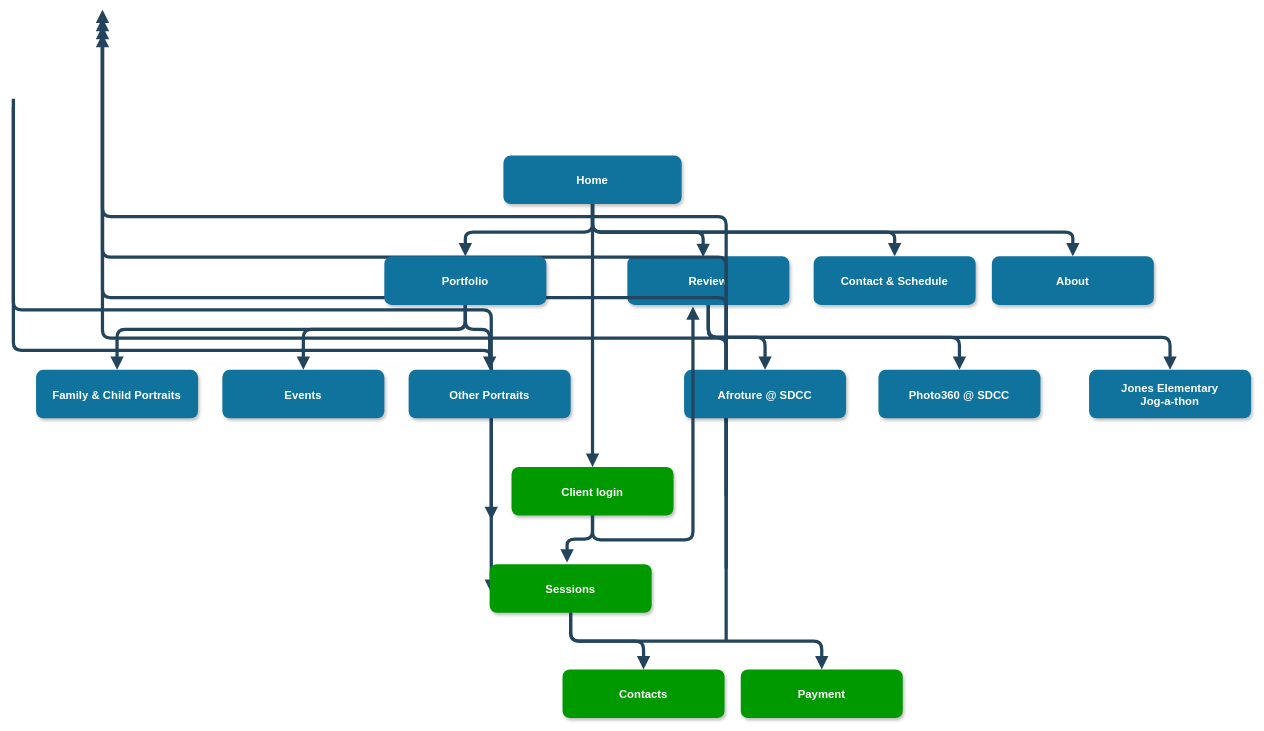
stellarjaydoc/architecture keeps this draw.io diagram as snphoto-sitemap.drawio. Above is the earlier version. Source tidied: cells renumbered, new cells numbered last; positions are measured from the earlier drawing's top-left corner, leaving out a move shared by most shapes. Both pictures are drawn from the tidied source at 81%, with x=0, y=0 at pixel (13, 10).
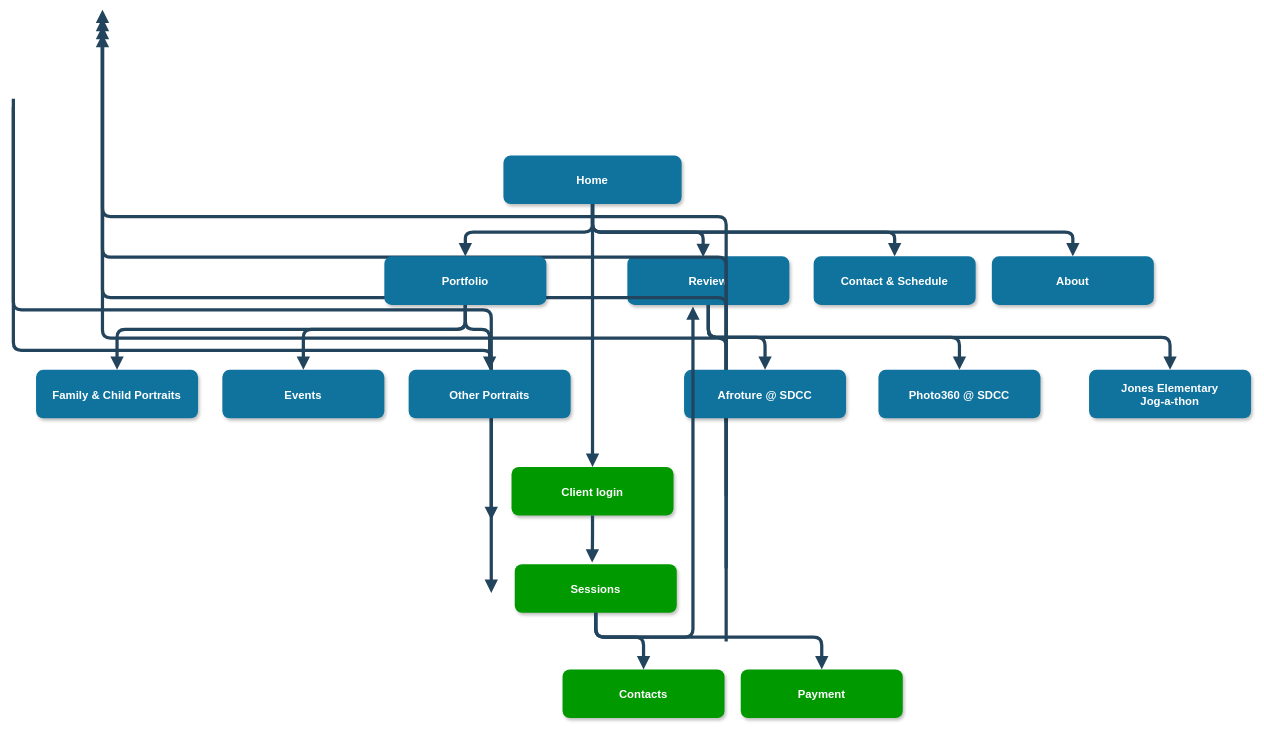
The same page after the edit.

Unchanged cells that the change refers to:
```xml
<mxCell id="5" value="Review" style="rounded=1;fillColor=#10739E;strokeColor=none;shadow=1;gradientColor=none;fontStyle=1;fontColor=#FFFFFF;fontSize=14;" parent="1" vertex="1">
  <mxGeometry x="758" y="304" width="200" height="60" as="geometry" />
</mxCell>
<mxCell id="29" value="Client login" style="rounded=1;fillColor=#009900;strokeColor=none;shadow=1;gradientColor=none;fontStyle=1;fontColor=#FFFFFF;fontSize=14;" parent="1" vertex="1">
  <mxGeometry x="615" y="564" width="200" height="60" as="geometry" />
</mxCell>
<mxCell id="31" value="Contacts" style="rounded=1;fillColor=#009900;strokeColor=none;shadow=1;gradientColor=none;fontStyle=1;fontColor=#FFFFFF;fontSize=14;" parent="1" vertex="1">
  <mxGeometry x="678" y="814" width="200" height="60" as="geometry" />
</mxCell>
<mxCell id="32" value="Payment" style="rounded=1;fillColor=#009900;strokeColor=none;shadow=1;gradientColor=none;fontStyle=1;fontColor=#FFFFFF;fontSize=14;" parent="1" vertex="1">
  <mxGeometry x="898" y="814" width="200" height="60" as="geometry" />
</mxCell>
```

Change to the diagram source:
```diff
@@
     <mxCell id="30" value="Sessions" style="rounded=1;fillColor=#009900;strokeColor=none;shadow=1;gradientColor=none;fontStyle=1;fontColor=#FFFFFF;fontSize=14;" parent="1" vertex="1">
-      <mxGeometry x="588" y="684" width="200" height="60" as="geometry" />
+      <mxGeometry x="619" y="684" width="200" height="60" as="geometry" />
     </mxCell>
@@
     <mxCell id="34" style="edgeStyle=elbowEdgeStyle;elbow=vertical;strokeWidth=4;endArrow=block;endFill=1;fontStyle=1;strokeColor=#23445D;entryX=0.5;entryY=0;entryDx=0;entryDy=0;exitX=0.5;exitY=1;exitDx=0;exitDy=0;" parent="1" edge="1" source="30" target="31">
-      <mxGeometry x="22" y="165.5" as="geometry" />
+      <mxGeometry x="22" y="165.5" as="geometry">
+        <Array as="points">
+          <mxPoint x="738" y="774" />
+        </Array>
+      </mxGeometry>
     </mxCell>
@@
     <mxCell id="36" style="edgeStyle=elbowEdgeStyle;elbow=vertical;strokeWidth=4;endArrow=block;endFill=1;fontStyle=1;strokeColor=#23445D;exitX=0.5;exitY=1;exitDx=0;exitDy=0;" parent="1" edge="1" source="30" target="32">
-      <mxGeometry x="22" y="165.5" as="geometry" />
+      <mxGeometry x="22" y="165.5" as="geometry">
+        <Array as="points">
+          <mxPoint x="838" y="774" />
+        </Array>
+      </mxGeometry>
     </mxCell>
-    <mxCell id="37" style="edgeStyle=elbowEdgeStyle;elbow=vertical;strokeWidth=4;endArrow=block;endFill=1;fontStyle=1;strokeColor=#23445D;exitX=0.5;exitY=1;exitDx=0;exitDy=0;entryX=0.405;entryY=1.032;entryDx=0;entryDy=0;entryPerimeter=0;" parent="1" edge="1" source="29" target="5">
+    <mxCell id="37" style="edgeStyle=elbowEdgeStyle;elbow=vertical;strokeWidth=4;endArrow=block;endFill=1;fontStyle=1;strokeColor=#23445D;entryX=0.405;entryY=1.032;entryDx=0;entryDy=0;entryPerimeter=0;exitX=0.5;exitY=1;exitDx=0;exitDy=0;" parent="1" edge="1" source="30" target="5">
       <mxGeometry x="22" y="165.5" as="geometry">
         <Array as="points">
-          <mxPoint x="768" y="654" />
+          <mxPoint x="758" y="774" />
         </Array>
       </mxGeometry>
     </mxCell>
```
